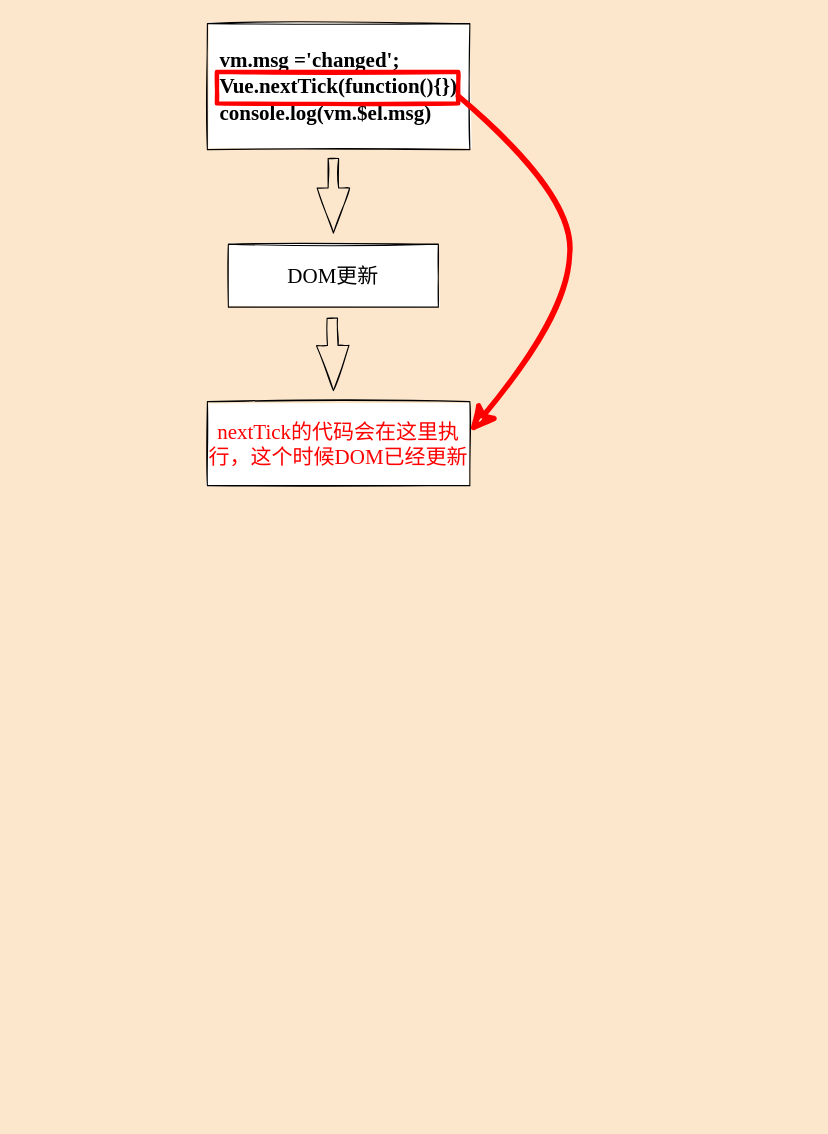
This is Vue中的nextTick.drawio from qw-null/drawio, a draw.io file, before an edit. Source tidied: cells renumbered, new cells numbered last; positions are measured from the earlier drawing's top-left corner, leaving out a move shared by most shapes. Both pictures are drawn from the tidied source at 105%, with x=0, y=0 at pixel (207, 18).
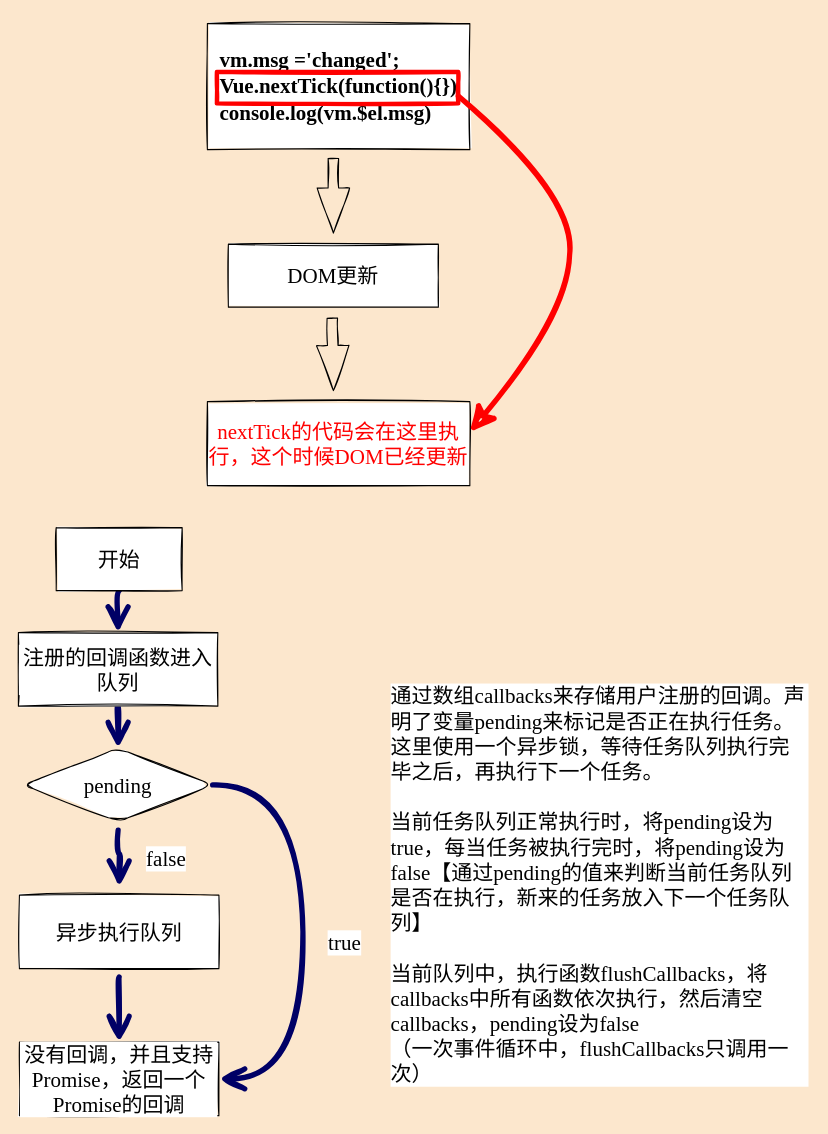
After the change.

What changed in the source:
```diff
@@
+    <mxCell id="10" style="edgeStyle=orthogonalEdgeStyle;curved=1;rounded=1;sketch=1;hachureGap=4;jettySize=auto;html=1;exitX=0.5;exitY=1;exitDx=0;exitDy=0;entryX=0.5;entryY=0;entryDx=0;entryDy=0;fontFamily=Garamond;fontSize=16;fontColor=#000000;endArrow=open;startSize=14;endSize=14;sourcePerimeterSpacing=8;targetPerimeterSpacing=8;strokeColor=#000066;strokeWidth=5;" parent="1" edge="1" source="11" target="13">
+      <mxGeometry relative="1" as="geometry" />
+    </mxCell>
+    <mxCell id="11" value="开始" style="rounded=0;whiteSpace=wrap;html=1;sketch=1;hachureGap=4;fontFamily=Garamond;fontSize=20;strokeWidth=1;" parent="1" vertex="1">
+      <mxGeometry x="-144" y="485" width="120" height="60" as="geometry" />
+    </mxCell>
+    <mxCell id="12" style="edgeStyle=orthogonalEdgeStyle;curved=1;rounded=1;sketch=1;hachureGap=4;jettySize=auto;html=1;exitX=0.5;exitY=1;exitDx=0;exitDy=0;entryX=0.5;entryY=0;entryDx=0;entryDy=0;fontFamily=Garamond;fontSize=16;fontColor=#000000;endArrow=open;startSize=14;endSize=14;sourcePerimeterSpacing=8;targetPerimeterSpacing=8;strokeColor=#000066;strokeWidth=5;" parent="1" edge="1" source="13" target="16">
+      <mxGeometry relative="1" as="geometry" />
+    </mxCell>
+    <mxCell id="13" value="注册的回调函数进入队列" style="rounded=0;whiteSpace=wrap;html=1;labelBackgroundColor=#FFFFFF;sketch=1;hachureGap=4;fontFamily=Garamond;fontSize=20;fontColor=#000000;strokeColor=#000000;strokeWidth=1;fillColor=default;" parent="1" vertex="1">
+      <mxGeometry x="-180" y="585" width="190" height="70" as="geometry" />
+    </mxCell>
+    <mxCell id="14" style="edgeStyle=orthogonalEdgeStyle;curved=1;rounded=1;sketch=1;hachureGap=4;jettySize=auto;html=1;fontFamily=Garamond;fontSize=16;fontColor=#000000;endArrow=open;startSize=14;endSize=14;sourcePerimeterSpacing=8;targetPerimeterSpacing=8;strokeColor=#000066;strokeWidth=5;" parent="1" edge="1" source="16" target="18">
+      <mxGeometry relative="1" as="geometry" />
+    </mxCell>
+    <mxCell id="15" style="edgeStyle=orthogonalEdgeStyle;curved=1;rounded=1;sketch=1;hachureGap=4;jettySize=auto;html=1;exitX=1;exitY=0.5;exitDx=0;exitDy=0;entryX=1;entryY=0.5;entryDx=0;entryDy=0;fontFamily=Garamond;fontSize=16;fontColor=#000000;endArrow=open;startSize=14;endSize=14;sourcePerimeterSpacing=8;targetPerimeterSpacing=8;strokeColor=#000066;strokeWidth=5;" parent="1" edge="1" source="16" target="19">
+      <mxGeometry relative="1" as="geometry">
+        <Array as="points">
+          <mxPoint x="91" y="730" />
+          <mxPoint x="91" y="1010" />
+        </Array>
+      </mxGeometry>
+    </mxCell>
+    <mxCell id="16" value="pending" style="rhombus;whiteSpace=wrap;html=1;rounded=1;labelBackgroundColor=#FFFFFF;sketch=1;hachureGap=4;fontFamily=Garamond;fontSize=20;fontColor=#000000;strokeColor=#000000;strokeWidth=1;fillColor=default;" parent="1" vertex="1">
+      <mxGeometry x="-175" y="695" width="180" height="70" as="geometry" />
+    </mxCell>
+    <mxCell id="17" style="edgeStyle=orthogonalEdgeStyle;curved=1;rounded=1;sketch=1;hachureGap=4;jettySize=auto;html=1;entryX=0.5;entryY=0;entryDx=0;entryDy=0;fontFamily=Garamond;fontSize=16;fontColor=#000000;endArrow=open;startSize=14;endSize=14;sourcePerimeterSpacing=8;targetPerimeterSpacing=8;strokeColor=#000066;strokeWidth=5;" parent="1" edge="1" source="18" target="19">
+      <mxGeometry relative="1" as="geometry" />
+    </mxCell>
+    <mxCell id="18" value="异步执行队列" style="rounded=0;whiteSpace=wrap;html=1;labelBackgroundColor=#FFFFFF;sketch=1;hachureGap=4;fontFamily=Garamond;fontSize=20;fontColor=#000000;strokeColor=#000000;strokeWidth=1;fillColor=default;" parent="1" vertex="1">
+      <mxGeometry x="-179" y="835" width="190" height="70" as="geometry" />
+    </mxCell>
+    <mxCell id="19" value="没有回调，并且支持Promise，返回一个Promise的回调" style="rounded=0;whiteSpace=wrap;html=1;labelBackgroundColor=#FFFFFF;sketch=1;hachureGap=4;fontFamily=Garamond;fontSize=20;fontColor=#000000;strokeColor=#000000;strokeWidth=1;fillColor=default;" parent="1" vertex="1">
+      <mxGeometry x="-179" y="975" width="190" height="70" as="geometry" />
+    </mxCell>
+    <mxCell id="20" value="false" style="text;html=1;strokeColor=none;fillColor=none;align=center;verticalAlign=middle;whiteSpace=wrap;rounded=0;labelBackgroundColor=#FFFFFF;sketch=1;hachureGap=4;fontFamily=Garamond;fontSize=20;fontColor=#000000;" parent="1" vertex="1">
+      <mxGeometry x="-69" y="785" width="60" height="30" as="geometry" />
+    </mxCell>
+    <mxCell id="21" value="true" style="text;html=1;strokeColor=none;fillColor=none;align=center;verticalAlign=middle;whiteSpace=wrap;rounded=0;labelBackgroundColor=#FFFFFF;sketch=1;hachureGap=4;fontFamily=Garamond;fontSize=20;fontColor=#000000;" parent="1" vertex="1">
+      <mxGeometry x="101" y="865" width="60" height="30" as="geometry" />
+    </mxCell>
+    <mxCell id="22" value="&lt;div style=&quot;text-align: left;&quot;&gt;通过数组callbacks来存储用户注册的回调。声明了变量pending来标记是否正在执行任务。这里使用一个异步锁，等待任务队列执行完毕之后，再执行下一个任务。&lt;/div&gt;&lt;div style=&quot;text-align: left;&quot;&gt;&lt;br&gt;&lt;/div&gt;&lt;div style=&quot;text-align: left;&quot;&gt;当前任务队列正常执行时，将pending设为true，每当任务被执行完时，将pending设为false【通过pending的值来判断当前任务队列是否在执行，新来的任务放入下一个任务队列】&lt;/div&gt;&lt;div style=&quot;text-align: left;&quot;&gt;&lt;br&gt;&lt;/div&gt;&lt;div style=&quot;text-align: left;&quot;&gt;当前队列中，执行函数flushCallbacks，将callbacks中所有函数依次执行，然后清空callbacks，pending设为false&lt;/div&gt;&lt;div style=&quot;text-align: left;&quot;&gt;（一次事件循环中，flushCallbacks只调用一次）&lt;/div&gt;" style="text;html=1;align=center;verticalAlign=middle;whiteSpace=wrap;rounded=0;labelBackgroundColor=#FFFFFF;sketch=1;hachureGap=4;fontFamily=Garamond;fontSize=20;" parent="1" vertex="1">
+      <mxGeometry x="174" y="625" width="400" height="400" as="geometry" />
+    </mxCell>
```
